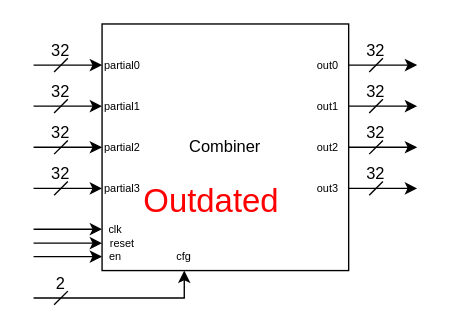
The draw.io diagram page "combiner" (4 of 8) of diagrams/mac_design.drawio in ucb-cs250/mac_team, before the edit. Source tidied: cells renumbered, new cells numbered last; positions are measured from the earlier drawing's top-left corner, leaving out a move shared by most shapes. Both pictures are drawn from the tidied source at 137%, with x=0, y=0 at pixel (33, 23).
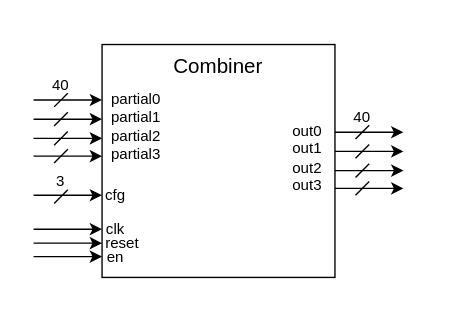
The same page after the edit.

What changed in the source:
```diff
@@
-    <mxCell id="2" value="Combiner" style="whiteSpace=wrap;html=1;" parent="1" vertex="1">
-      <mxGeometry x="50" width="180" height="180" as="geometry" />
+    <mxCell id="2" value="Combiner" style="whiteSpace=wrap;html=1;verticalAlign=top;fontSize=15;" parent="1" vertex="1">
+      <mxGeometry x="50" y="15" width="170" height="170" as="geometry" />
     </mxCell>
-    <mxCell id="3" value="partial0" style="text;html=1;strokeColor=none;fillColor=none;align=center;verticalAlign=middle;whiteSpace=wrap;rounded=0;fontSize=8;" parent="1" vertex="1">
-      <mxGeometry x="50" y="20" width="30" height="20" as="geometry" />
-    </mxCell>
-    <mxCell id="4" style="endArrow=classic;html=1;" parent="1" edge="1">
-      <mxGeometry relative="1" as="geometry">
-        <mxPoint y="30" as="sourcePoint" />
-        <mxPoint x="50" y="30" as="targetPoint" />
-      </mxGeometry>
-    </mxCell>
-    <mxCell id="5" style="endArrow=none;html=1;" parent="1" edge="1">
-      <mxGeometry relative="1" as="geometry">
-        <mxPoint x="15" y="35" as="sourcePoint" />
-        <mxPoint x="25" y="25" as="targetPoint" />
-      </mxGeometry>
-    </mxCell>
-    <mxCell id="6" value="32" style="text;html=1;strokeColor=none;fillColor=none;align=center;verticalAlign=middle;whiteSpace=wrap;rounded=0;" parent="1" vertex="1">
-      <mxGeometry y="10" width="40" height="20" as="geometry" />
-    </mxCell>
-    <mxCell id="7" style="endArrow=classic;html=1;" parent="1" edge="1">
-      <mxGeometry relative="1" as="geometry">
-        <mxPoint y="60" as="sourcePoint" />
-        <mxPoint x="50" y="60" as="targetPoint" />
-      </mxGeometry>
-    </mxCell>
-    <mxCell id="8" style="endArrow=none;html=1;" parent="1" edge="1">
-      <mxGeometry relative="1" as="geometry">
-        <mxPoint x="15" y="65" as="sourcePoint" />
-        <mxPoint x="25" y="55" as="targetPoint" />
-      </mxGeometry>
-    </mxCell>
-    <mxCell id="9" value="32" style="text;html=1;strokeColor=none;fillColor=none;align=center;verticalAlign=middle;whiteSpace=wrap;rounded=0;" parent="1" vertex="1">
-      <mxGeometry y="40" width="40" height="20" as="geometry" />
-    </mxCell>
-    <mxCell id="10" style="endArrow=classic;html=1;" parent="1" edge="1">
-      <mxGeometry relative="1" as="geometry">
-        <mxPoint y="90" as="sourcePoint" />
-        <mxPoint x="50" y="90" as="targetPoint" />
-      </mxGeometry>
-    </mxCell>
-    <mxCell id="11" style="endArrow=none;html=1;" parent="1" edge="1">
-      <mxGeometry relative="1" as="geometry">
-        <mxPoint x="15" y="95" as="sourcePoint" />
-        <mxPoint x="25" y="85" as="targetPoint" />
-      </mxGeometry>
-    </mxCell>
-    <mxCell id="12" value="32" style="text;html=1;strokeColor=none;fillColor=none;align=center;verticalAlign=middle;whiteSpace=wrap;rounded=0;" parent="1" vertex="1">
-      <mxGeometry y="70" width="40" height="20" as="geometry" />
-    </mxCell>
-    <mxCell id="13" style="endArrow=classic;html=1;" parent="1" edge="1">
-      <mxGeometry relative="1" as="geometry">
-        <mxPoint y="120" as="sourcePoint" />
-        <mxPoint x="50" y="120" as="targetPoint" />
-      </mxGeometry>
-    </mxCell>
-    <mxCell id="14" style="endArrow=none;html=1;" parent="1" edge="1">
-      <mxGeometry relative="1" as="geometry">
-        <mxPoint x="15" y="125" as="sourcePoint" />
-        <mxPoint x="25" y="115" as="targetPoint" />
-      </mxGeometry>
-    </mxCell>
-    <mxCell id="15" value="32" style="text;html=1;strokeColor=none;fillColor=none;align=center;verticalAlign=middle;whiteSpace=wrap;rounded=0;" parent="1" vertex="1">
-      <mxGeometry y="100" width="40" height="20" as="geometry" />
-    </mxCell>
-    <mxCell id="16" style="endArrow=classic;html=1;" parent="1" edge="1">
-      <mxGeometry relative="1" as="geometry">
-        <mxPoint x="230" y="30" as="sourcePoint" />
-        <mxPoint x="280" y="30" as="targetPoint" />
-      </mxGeometry>
-    </mxCell>
-    <mxCell id="17" style="endArrow=none;html=1;" parent="1" edge="1">
-      <mxGeometry relative="1" as="geometry">
-        <mxPoint x="245" y="35" as="sourcePoint" />
-        <mxPoint x="255" y="25" as="targetPoint" />
-      </mxGeometry>
-    </mxCell>
-    <mxCell id="18" value="32" style="text;html=1;strokeColor=none;fillColor=none;align=center;verticalAlign=middle;whiteSpace=wrap;rounded=0;" parent="1" vertex="1">
-      <mxGeometry x="230" y="10" width="40" height="20" as="geometry" />
-    </mxCell>
-    <mxCell id="19" style="endArrow=classic;html=1;" parent="1" edge="1">
-      <mxGeometry relative="1" as="geometry">
-        <mxPoint x="230" y="60" as="sourcePoint" />
-        <mxPoint x="280" y="60" as="targetPoint" />
-      </mxGeometry>
-    </mxCell>
-    <mxCell id="20" style="endArrow=none;html=1;" parent="1" edge="1">
-      <mxGeometry relative="1" as="geometry">
-        <mxPoint x="245" y="65" as="sourcePoint" />
-        <mxPoint x="255" y="55" as="targetPoint" />
-      </mxGeometry>
-    </mxCell>
-    <mxCell id="21" value="32" style="text;html=1;strokeColor=none;fillColor=none;align=center;verticalAlign=middle;whiteSpace=wrap;rounded=0;" parent="1" vertex="1">
-      <mxGeometry x="230" y="40" width="40" height="20" as="geometry" />
-    </mxCell>
-    <mxCell id="22" style="endArrow=classic;html=1;" parent="1" edge="1">
-      <mxGeometry relative="1" as="geometry">
-        <mxPoint x="230" y="90" as="sourcePoint" />
-        <mxPoint x="280" y="90" as="targetPoint" />
-      </mxGeometry>
-    </mxCell>
-    <mxCell id="23" style="endArrow=none;html=1;" parent="1" edge="1">
-      <mxGeometry relative="1" as="geometry">
-        <mxPoint x="245" y="95" as="sourcePoint" />
-        <mxPoint x="255" y="85" as="targetPoint" />
-      </mxGeometry>
-    </mxCell>
-    <mxCell id="24" value="32" style="text;html=1;strokeColor=none;fillColor=none;align=center;verticalAlign=middle;whiteSpace=wrap;rounded=0;" parent="1" vertex="1">
-      <mxGeometry x="230" y="70" width="40" height="20" as="geometry" />
-    </mxCell>
-    <mxCell id="25" style="endArrow=classic;html=1;" parent="1" edge="1">
-      <mxGeometry relative="1" as="geometry">
-        <mxPoint x="230" y="120" as="sourcePoint" />
-        <mxPoint x="280" y="120" as="targetPoint" />
-      </mxGeometry>
-    </mxCell>
-    <mxCell id="26" style="endArrow=none;html=1;" parent="1" edge="1">
-      <mxGeometry relative="1" as="geometry">
-        <mxPoint x="245" y="125" as="sourcePoint" />
-        <mxPoint x="255" y="115" as="targetPoint" />
-      </mxGeometry>
-    </mxCell>
-    <mxCell id="27" value="32" style="text;html=1;strokeColor=none;fillColor=none;align=center;verticalAlign=middle;whiteSpace=wrap;rounded=0;" parent="1" vertex="1">
-      <mxGeometry x="230" y="100" width="40" height="20" as="geometry" />
-    </mxCell>
-    <mxCell id="28" value="partial1" style="text;html=1;strokeColor=none;fillColor=none;align=center;verticalAlign=middle;whiteSpace=wrap;rounded=0;fontSize=8;" parent="1" vertex="1">
-      <mxGeometry x="50" y="50" width="30" height="20" as="geometry" />
-    </mxCell>
-    <mxCell id="29" value="partial2" style="text;html=1;strokeColor=none;fillColor=none;align=center;verticalAlign=middle;whiteSpace=wrap;rounded=0;fontSize=8;" parent="1" vertex="1">
-      <mxGeometry x="50" y="80" width="30" height="20" as="geometry" />
-    </mxCell>
-    <mxCell id="30" value="partial3" style="text;html=1;strokeColor=none;fillColor=none;align=center;verticalAlign=middle;whiteSpace=wrap;rounded=0;fontSize=8;" parent="1" vertex="1">
-      <mxGeometry x="50" y="110" width="30" height="20" as="geometry" />
-    </mxCell>
-    <mxCell id="31" value="out0" style="text;html=1;strokeColor=none;fillColor=none;align=center;verticalAlign=middle;whiteSpace=wrap;rounded=0;fontSize=8;" parent="1" vertex="1">
-      <mxGeometry x="200" y="20" width="30" height="20" as="geometry" />
-    </mxCell>
-    <mxCell id="32" value="out1" style="text;html=1;strokeColor=none;fillColor=none;align=center;verticalAlign=middle;whiteSpace=wrap;rounded=0;fontSize=8;" parent="1" vertex="1">
-      <mxGeometry x="200" y="50" width="30" height="20" as="geometry" />
-    </mxCell>
-    <mxCell id="33" value="out2" style="text;html=1;strokeColor=none;fillColor=none;align=center;verticalAlign=middle;whiteSpace=wrap;rounded=0;fontSize=8;" parent="1" vertex="1">
-      <mxGeometry x="200" y="80" width="30" height="20" as="geometry" />
-    </mxCell>
-    <mxCell id="34" value="out3" style="text;html=1;strokeColor=none;fillColor=none;align=center;verticalAlign=middle;whiteSpace=wrap;rounded=0;fontSize=8;" parent="1" vertex="1">
-      <mxGeometry x="200" y="110" width="30" height="20" as="geometry" />
-    </mxCell>
-    <mxCell id="35" style="endArrow=classic;html=1;" parent="1" edge="1">
-      <mxGeometry relative="1" as="geometry">
-        <mxPoint y="149.8" as="sourcePoint" />
-        <mxPoint x="50" y="149.8" as="targetPoint" />
-      </mxGeometry>
-    </mxCell>
-    <mxCell id="36" style="endArrow=classic;html=1;" parent="1" edge="1">
-      <mxGeometry relative="1" as="geometry">
-        <mxPoint y="160" as="sourcePoint" />
-        <mxPoint x="50" y="160" as="targetPoint" />
-      </mxGeometry>
-    </mxCell>
-    <mxCell id="37" style="endArrow=classic;html=1;" parent="1" edge="1">
-      <mxGeometry relative="1" as="geometry">
-        <mxPoint y="169.8" as="sourcePoint" />
-        <mxPoint x="50" y="169.8" as="targetPoint" />
-      </mxGeometry>
-    </mxCell>
+    <mxCell id="46" style="endArrow=classic;html=1;" parent="1" edge="1">
+      <mxGeometry relative="1" as="geometry">
+        <mxPoint y="149.8" as="sourcePoint" />
+        <mxPoint x="50" y="149.8" as="targetPoint" />
+      </mxGeometry>
+    </mxCell>
+    <mxCell id="47" style="endArrow=classic;html=1;" parent="1" edge="1">
+      <mxGeometry relative="1" as="geometry">
+        <mxPoint y="160" as="sourcePoint" />
+        <mxPoint x="50" y="160" as="targetPoint" />
+      </mxGeometry>
+    </mxCell>
+    <mxCell id="48" style="endArrow=classic;html=1;" parent="1" edge="1">
+      <mxGeometry relative="1" as="geometry">
+        <mxPoint y="169.8" as="sourcePoint" />
+        <mxPoint x="50" y="169.8" as="targetPoint" />
+      </mxGeometry>
+    </mxCell>
-    <mxCell id="38" value="clk" style="text;html=1;strokeColor=none;fillColor=none;align=center;verticalAlign=middle;whiteSpace=wrap;rounded=0;fontSize=8;" parent="1" vertex="1">
+    <mxCell id="38" value="clk" style="text;html=1;strokeColor=none;fillColor=none;align=center;verticalAlign=middle;whiteSpace=wrap;rounded=0;fontSize=11;" parent="1" vertex="1">
       <mxGeometry x="50" y="140" width="20" height="20" as="geometry" />
     </mxCell>
-    <mxCell id="39" value="reset" style="text;html=1;strokeColor=none;fillColor=none;align=center;verticalAlign=middle;whiteSpace=wrap;rounded=0;fontSize=8;" parent="1" vertex="1">
+    <mxCell id="39" value="reset" style="text;html=1;strokeColor=none;fillColor=none;align=center;verticalAlign=middle;whiteSpace=wrap;rounded=0;fontSize=11;" parent="1" vertex="1">
       <mxGeometry x="50" y="150" width="30" height="20" as="geometry" />
     </mxCell>
-    <mxCell id="40" value="en" style="text;html=1;strokeColor=none;fillColor=none;align=center;verticalAlign=middle;whiteSpace=wrap;rounded=0;fontSize=8;" parent="1" vertex="1">
+    <mxCell id="40" value="en" style="text;html=1;strokeColor=none;fillColor=none;align=center;verticalAlign=middle;whiteSpace=wrap;rounded=0;fontSize=11;" parent="1" vertex="1">
       <mxGeometry x="50" y="160" width="20" height="20" as="geometry" />
     </mxCell>
-    <mxCell id="41" value="cfg" style="text;html=1;strokeColor=none;fillColor=none;align=center;verticalAlign=middle;whiteSpace=wrap;rounded=0;fontSize=8;" parent="1" vertex="1">
-      <mxGeometry x="100" y="160" width="20" height="20" as="geometry" />
+    <mxCell id="41" value="cfg" style="text;html=1;strokeColor=none;fillColor=none;align=center;verticalAlign=middle;whiteSpace=wrap;rounded=0;fontSize=11;" parent="1" vertex="1">
+      <mxGeometry x="50" y="115" width="20" height="20" as="geometry" />
     </mxCell>
-    <mxCell id="42" style="endArrow=classic;html=1;entryX=0.5;entryY=1;entryDx=0;entryDy=0;rounded=0;" parent="1" edge="1" target="41">
-      <mxGeometry relative="1" as="geometry">
-        <mxPoint y="200" as="sourcePoint" />
-        <Array as="points">
-          <mxPoint x="110" y="200" />
-        </Array>
-      </mxGeometry>
-    </mxCell>
-    <mxCell id="43" style="endArrow=none;html=1;" parent="1" edge="1">
-      <mxGeometry relative="1" as="geometry">
-        <mxPoint x="15" y="205" as="sourcePoint" />
-        <mxPoint x="25" y="195" as="targetPoint" />
-      </mxGeometry>
-    </mxCell>
-    <mxCell id="44" value="2" style="text;html=1;strokeColor=none;fillColor=none;align=center;verticalAlign=middle;whiteSpace=wrap;rounded=0;" parent="1" vertex="1">
-      <mxGeometry y="180" width="40" height="20" as="geometry" />
-    </mxCell>
-    <mxCell id="45" value="&lt;font color=&quot;#ff0000&quot; style=&quot;font-size: 24px&quot;&gt;Outdated&lt;/font&gt;" style="text;html=1;strokeColor=none;fillColor=none;align=center;verticalAlign=middle;whiteSpace=wrap;rounded=0;" parent="1" vertex="1">
-      <mxGeometry x="10" y="95" width="240" height="70" as="geometry" />
-    </mxCell>
+    <mxCell id="49" value="partial0&lt;br&gt;partial1&lt;br&gt;partial2&lt;br&gt;partial3" style="text;strokeColor=none;fillColor=none;align=center;verticalAlign=middle;whiteSpace=wrap;rounded=0;spacing=0;spacingTop=0;fontSize=11;html=1;" parent="1" vertex="1">
+      <mxGeometry x="50" y="54.5" width="50" height="40" as="geometry" />
+    </mxCell>
+    <mxCell id="50" style="endArrow=classic;html=1;fontSize=11;" parent="1" edge="1">
+      <mxGeometry relative="1" as="geometry">
+        <mxPoint y="55.5" as="sourcePoint" />
+        <mxPoint x="50" y="55.5" as="targetPoint" />
+      </mxGeometry>
+    </mxCell>
+    <mxCell id="51" style="endArrow=none;html=1;fontSize=11;" parent="1" edge="1">
+      <mxGeometry relative="1" as="geometry">
+        <mxPoint x="15" y="60.5" as="sourcePoint" />
+        <mxPoint x="25" y="50.5" as="targetPoint" />
+      </mxGeometry>
+    </mxCell>
+    <mxCell id="52" value="40" style="text;html=1;strokeColor=none;fillColor=none;align=center;verticalAlign=middle;whiteSpace=wrap;rounded=0;fontSize=11;" parent="1" vertex="1">
+      <mxGeometry y="34.5" width="40" height="20" as="geometry" />
+    </mxCell>
+    <mxCell id="53" style="endArrow=classic;html=1;fontSize=11;" parent="1" edge="1">
+      <mxGeometry relative="1" as="geometry">
+        <mxPoint y="69.5" as="sourcePoint" />
+        <mxPoint x="50" y="69.5" as="targetPoint" />
+      </mxGeometry>
+    </mxCell>
+    <mxCell id="54" style="endArrow=none;html=1;fontSize=11;" parent="1" edge="1">
+      <mxGeometry relative="1" as="geometry">
+        <mxPoint x="15" y="74.5" as="sourcePoint" />
+        <mxPoint x="25" y="64.5" as="targetPoint" />
+      </mxGeometry>
+    </mxCell>
+    <mxCell id="55" style="endArrow=classic;html=1;fontSize=11;" parent="1" edge="1">
+      <mxGeometry relative="1" as="geometry">
+        <mxPoint y="83.5" as="sourcePoint" />
+        <mxPoint x="50" y="83.5" as="targetPoint" />
+      </mxGeometry>
+    </mxCell>
+    <mxCell id="56" style="endArrow=none;html=1;fontSize=11;" parent="1" edge="1">
+      <mxGeometry relative="1" as="geometry">
+        <mxPoint x="15" y="88.5" as="sourcePoint" />
+        <mxPoint x="25" y="78.5" as="targetPoint" />
+      </mxGeometry>
+    </mxCell>
+    <mxCell id="57" style="endArrow=classic;html=1;fontSize=11;" parent="1" edge="1">
+      <mxGeometry relative="1" as="geometry">
+        <mxPoint y="96.5" as="sourcePoint" />
+        <mxPoint x="50" y="96.5" as="targetPoint" />
+      </mxGeometry>
+    </mxCell>
+    <mxCell id="58" style="endArrow=none;html=1;fontSize=11;" parent="1" edge="1">
+      <mxGeometry relative="1" as="geometry">
+        <mxPoint x="15" y="101.5" as="sourcePoint" />
+        <mxPoint x="25" y="91.5" as="targetPoint" />
+      </mxGeometry>
+    </mxCell>
+    <mxCell id="59" style="endArrow=classic;html=1;" parent="1" edge="1">
+      <mxGeometry relative="1" as="geometry">
+        <mxPoint y="125" as="sourcePoint" />
+        <mxPoint x="50" y="125" as="targetPoint" />
+      </mxGeometry>
+    </mxCell>
+    <mxCell id="60" style="endArrow=none;html=1;fontSize=11;" parent="1" edge="1">
+      <mxGeometry relative="1" as="geometry">
+        <mxPoint x="15" y="131" as="sourcePoint" />
+        <mxPoint x="25" y="121" as="targetPoint" />
+      </mxGeometry>
+    </mxCell>
+    <mxCell id="61" value="3" style="text;html=1;strokeColor=none;fillColor=none;align=center;verticalAlign=middle;whiteSpace=wrap;rounded=0;fontSize=11;" parent="1" vertex="1">
+      <mxGeometry y="105" width="40" height="20" as="geometry" />
+    </mxCell>
+    <mxCell id="62" value="out0&lt;br&gt;out1&lt;br&gt;out2&lt;br&gt;out3" style="text;strokeColor=none;fillColor=none;align=center;verticalAlign=middle;whiteSpace=wrap;rounded=0;spacing=0;spacingTop=0;fontSize=11;html=1;" parent="1" vertex="1">
+      <mxGeometry x="180" y="78" width="40" height="40" as="geometry" />
+    </mxCell>
+    <mxCell id="63" style="endArrow=classic;html=1;fontSize=11;" parent="1" edge="1">
+      <mxGeometry relative="1" as="geometry">
+        <mxPoint x="220" y="79" as="sourcePoint" />
+        <mxPoint x="270" y="79" as="targetPoint" />
+      </mxGeometry>
+    </mxCell>
+    <mxCell id="64" style="endArrow=none;html=1;fontSize=11;" parent="1" edge="1">
+      <mxGeometry relative="1" as="geometry">
+        <mxPoint x="235" y="84" as="sourcePoint" />
+        <mxPoint x="245" y="74" as="targetPoint" />
+      </mxGeometry>
+    </mxCell>
+    <mxCell id="65" value="40" style="text;html=1;strokeColor=none;fillColor=none;align=center;verticalAlign=middle;whiteSpace=wrap;rounded=0;fontSize=11;" parent="1" vertex="1">
+      <mxGeometry x="220" y="58" width="40" height="20" as="geometry" />
+    </mxCell>
+    <mxCell id="66" style="endArrow=classic;html=1;fontSize=11;" parent="1" edge="1">
+      <mxGeometry relative="1" as="geometry">
+        <mxPoint x="220" y="93" as="sourcePoint" />
+        <mxPoint x="270" y="93" as="targetPoint" />
+      </mxGeometry>
+    </mxCell>
+    <mxCell id="67" style="endArrow=none;html=1;fontSize=11;" parent="1" edge="1">
+      <mxGeometry relative="1" as="geometry">
+        <mxPoint x="235" y="98" as="sourcePoint" />
+        <mxPoint x="245" y="88" as="targetPoint" />
+      </mxGeometry>
+    </mxCell>
+    <mxCell id="68" style="endArrow=classic;html=1;fontSize=11;" parent="1" edge="1">
+      <mxGeometry relative="1" as="geometry">
+        <mxPoint x="220" y="107" as="sourcePoint" />
+        <mxPoint x="270" y="107" as="targetPoint" />
+      </mxGeometry>
+    </mxCell>
+    <mxCell id="69" style="endArrow=none;html=1;fontSize=11;" parent="1" edge="1">
+      <mxGeometry relative="1" as="geometry">
+        <mxPoint x="235" y="112" as="sourcePoint" />
+        <mxPoint x="245" y="102" as="targetPoint" />
+      </mxGeometry>
+    </mxCell>
+    <mxCell id="70" style="endArrow=classic;html=1;fontSize=11;" parent="1" edge="1">
+      <mxGeometry relative="1" as="geometry">
+        <mxPoint x="220" y="120" as="sourcePoint" />
+        <mxPoint x="270" y="120" as="targetPoint" />
+      </mxGeometry>
+    </mxCell>
+    <mxCell id="71" style="endArrow=none;html=1;fontSize=11;" parent="1" edge="1">
+      <mxGeometry relative="1" as="geometry">
+        <mxPoint x="235" y="125" as="sourcePoint" />
+        <mxPoint x="245" y="115" as="targetPoint" />
+      </mxGeometry>
+    </mxCell>
```
